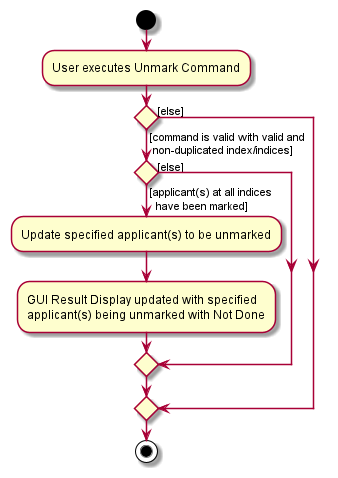
The PlantUML diagram docs/images/UnmarkCommandActivityDiagram.png in nus-cs2103-AY2122S1/tp, before a commit. Source of this version:
```plantuml
@startuml
start
:User executes Unmark Command;


if () then ([command is valid with valid and
 non-duplicated index/indices])

    if () then ([applicant(s) at all indices
  have been marked])
    :Update specified applicant(s) to be unmarked;

    :GUI Result Display updated with specified
    applicant(s) being unmarked with Not Done;

    else ([else])

    endif

else([else])


endif
stop
@enduml
```
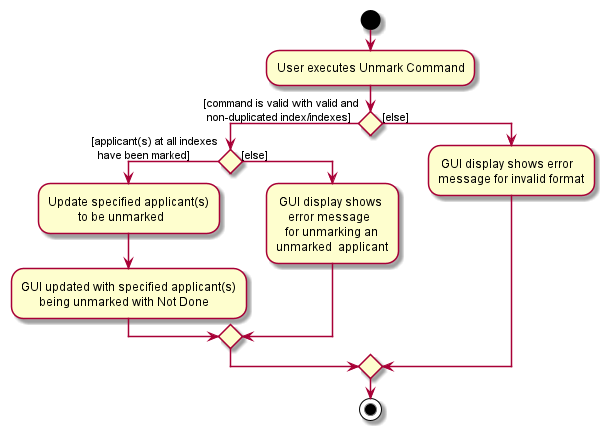
The same diagram one commit later.

Commit message:
Update Activity Diagrams

What changed in the source:
```diff
@@ -4,20 +4,27 @@
 
 
 if () then ([command is valid with valid and
- non-duplicated index/indices])
+ non-duplicated index/indexes])
 
-    if () then ([applicant(s) at all indices
+    if () then ([applicant(s) at all indexes
   have been marked])
-    :Update specified applicant(s) to be unmarked;
+    :Update specified applicant(s)
+              to be unmarked;
 
-    :GUI Result Display updated with specified
-    applicant(s) being unmarked with Not Done;
+    :GUI updated with specified applicant(s)
+          being unmarked with Not Done;
 
     else ([else])
+    : GUI display shows
+        error message
+       for unmarking an
+    unmarked  applicant;
 
     endif
 
 else([else])
+: GUI display shows error
+message for invalid format;
 
 
 endif
```
